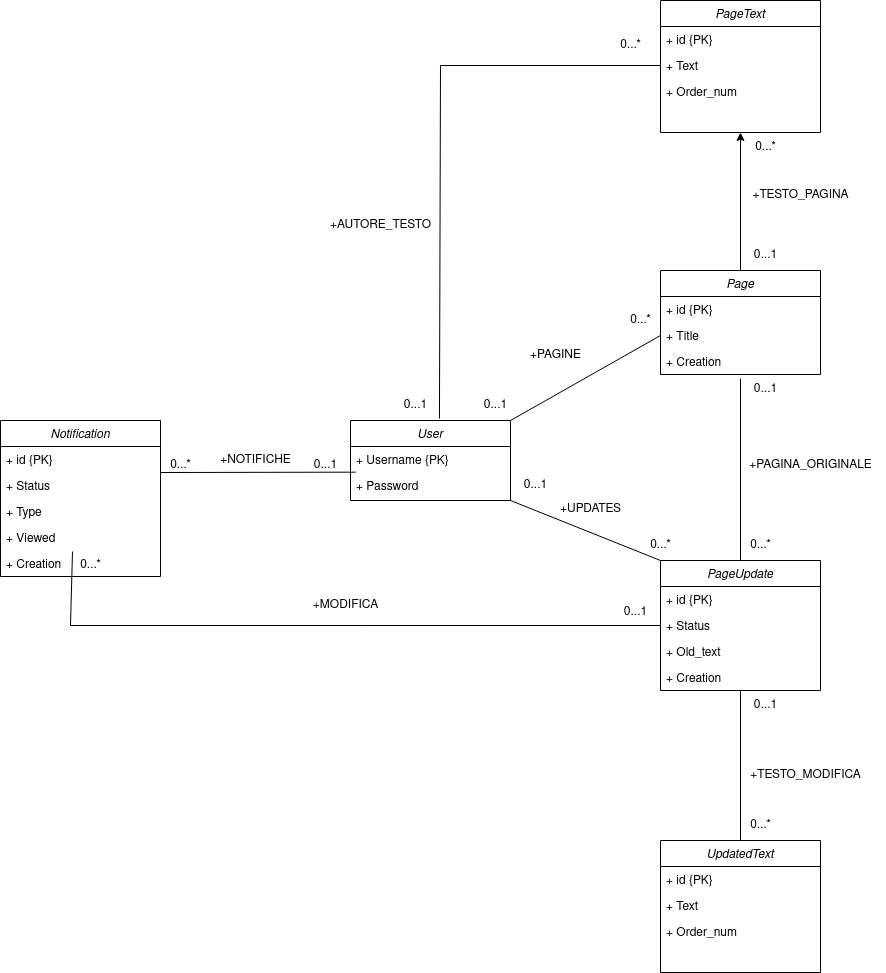
Before: documentazione/BD/UML_RISTRUTTURATO.drawio.png, a diagram exported from draw.io (Polliog/Progetto-OOBD). Source tidied: cells renumbered, new cells last; positions are measured from the earlier drawing's top-left corner, leaving out a move shared by most shapes.
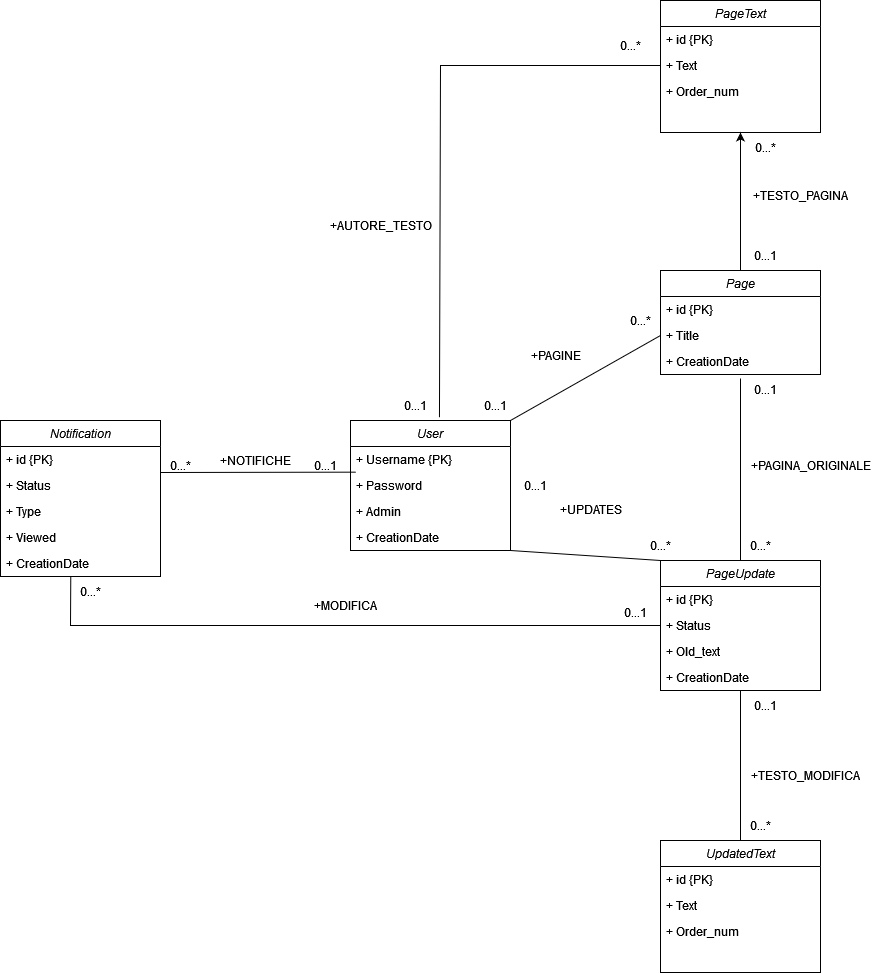
The same file after the commit.

Change to the diagram source:
```diff
@@ -3,7 +3,7 @@
     <mxCell id="0" />
     <mxCell id="1" parent="0" />
     <mxCell id="2" value="User" style="swimlane;fontStyle=2;align=center;verticalAlign=top;horizontal=1;startSize=26;rounded=0;shadow=0;strokeWidth=1;" parent="1" vertex="1">
-      <mxGeometry x="350" y="420" width="160" height="80" as="geometry" />
+      <mxGeometry x="350" y="420" width="160" height="130" as="geometry" />
     </mxCell>
     <mxCell id="3" value="+ Username {PK}" style="text;align=left;verticalAlign=top;spacingLeft=4;spacingRight=4;overflow=hidden;" parent="2" vertex="1">
       <mxGeometry y="26" width="160" height="26" as="geometry" />
@@ -11,6 +11,12 @@
     <mxCell id="4" value="+ Password" style="text;align=left;verticalAlign=top;spacingLeft=4;spacingRight=4;overflow=hidden;points=[[0,0.5],[1,0.5]];portConstraint=eastwest;rounded=0;shadow=0;html=0;" parent="2" vertex="1">
       <mxGeometry y="52" width="160" height="26" as="geometry" />
     </mxCell>
+    <mxCell id="60" value="+ Admin" style="text;align=left;verticalAlign=top;spacingLeft=4;spacingRight=4;overflow=hidden;rounded=0;shadow=0;html=0;" parent="2" vertex="1">
+      <mxGeometry y="78" width="160" height="26" as="geometry" />
+    </mxCell>
+    <mxCell id="61" value="+ CreationDate" style="text;align=left;verticalAlign=top;spacingLeft=4;spacingRight=4;overflow=hidden;rounded=0;shadow=0;html=0;" parent="2" vertex="1">
+      <mxGeometry y="104" width="160" height="26" as="geometry" />
+    </mxCell>
     <mxCell id="5" style="edgeStyle=orthogonalEdgeStyle;rounded=0;jettySize=auto;html=1;exitX=0.5;exitY=0;exitDx=0;exitDy=0;entryX=0.5;entryY=1;entryDx=0;entryDy=0;" parent="1" edge="1" source="6" target="10">
       <mxGeometry relative="1" as="geometry" />
     </mxCell>
@@ -23,7 +29,7 @@
     <mxCell id="8" value="+ Title" style="text;align=left;verticalAlign=top;spacingLeft=4;spacingRight=4;overflow=hidden;points=[[0,0.5],[1,0.5]];portConstraint=eastwest;" parent="6" vertex="1">
       <mxGeometry y="52" width="160" height="26" as="geometry" />
     </mxCell>
-    <mxCell id="9" value="+ Creation" style="text;align=left;verticalAlign=top;spacingLeft=4;spacingRight=4;overflow=hidden;points=[[0,0.5],[1,0.5]];portConstraint=eastwest;rounded=0;shadow=0;html=0;" parent="6" vertex="1">
+    <mxCell id="9" value="+ CreationDate" style="text;align=left;verticalAlign=top;spacingLeft=4;spacingRight=4;overflow=hidden;points=[[0,0.5],[1,0.5]];portConstraint=eastwest;rounded=0;shadow=0;html=0;" parent="6" vertex="1">
       <mxGeometry y="78" width="160" height="26" as="geometry" />
     </mxCell>
     <mxCell id="10" value="PageText" style="swimlane;fontStyle=2;align=center;verticalAlign=top;horizontal=1;startSize=26;rounded=0;shadow=0;strokeWidth=1;" parent="1" vertex="1">
@@ -50,7 +56,7 @@
     <mxCell id="17" value="+ Old_text" style="text;align=left;verticalAlign=top;spacingLeft=4;spacingRight=4;overflow=hidden;" parent="14" vertex="1">
       <mxGeometry y="78" width="160" height="26" as="geometry" />
     </mxCell>
-    <mxCell id="18" value="+ Creation" style="text;align=left;verticalAlign=top;spacingLeft=4;spacingRight=4;overflow=hidden;rounded=0;shadow=0;html=0;" parent="14" vertex="1">
+    <mxCell id="18" value="+ CreationDate" style="text;align=left;verticalAlign=top;spacingLeft=4;spacingRight=4;overflow=hidden;rounded=0;shadow=0;html=0;" parent="14" vertex="1">
       <mxGeometry y="104" width="160" height="26" as="geometry" />
     </mxCell>
     <mxCell id="19" value="UpdatedText" style="swimlane;fontStyle=2;align=center;verticalAlign=top;horizontal=1;startSize=26;rounded=0;shadow=0;strokeWidth=1;" parent="1" vertex="1">
@@ -80,7 +86,7 @@
     <mxCell id="27" value="+ Viewed" style="text;align=left;verticalAlign=top;spacingLeft=4;spacingRight=4;overflow=hidden;points=[[0,0.5],[1,0.5]];portConstraint=eastwest;rounded=0;shadow=0;html=0;" parent="23" vertex="1">
       <mxGeometry y="104" width="160" height="26" as="geometry" />
     </mxCell>
-    <mxCell id="28" value="+ Creation" style="text;align=left;verticalAlign=top;spacingLeft=4;spacingRight=4;overflow=hidden;rounded=0;shadow=0;html=0;" parent="23" vertex="1">
+    <mxCell id="28" value="+ CreationDate" style="text;align=left;verticalAlign=top;spacingLeft=4;spacingRight=4;overflow=hidden;rounded=0;shadow=0;html=0;" parent="23" vertex="1">
       <mxGeometry y="130" width="160" height="26" as="geometry" />
     </mxCell>
     <mxCell id="29" style="endArrow=none;html=1;rounded=0;exitX=1;exitY=0;exitDx=0;exitDy=0;entryX=0;entryY=0.5;entryDx=0;entryDy=0;" parent="1" edge="1" source="2" target="8">
@@ -158,7 +164,7 @@
     <mxCell id="51" value="+AUTORE_TESTO" style="text;html=1;align=center;verticalAlign=middle;strokeColor=none;fillColor=none;" parent="1" vertex="1">
       <mxGeometry x="320" y="210" width="120" height="30" as="geometry" />
     </mxCell>
-    <mxCell id="52" style="endArrow=none;html=1;rounded=0;exitX=0;exitY=0.5;exitDx=0;exitDy=0;entryX=0.45;entryY=1.038;entryDx=0;entryDy=0;entryPerimeter=0;" parent="1" edge="1" source="16" target="27">
+    <mxCell id="52" style="endArrow=none;html=1;rounded=0;exitX=0;exitY=0.5;exitDx=0;exitDy=0;entryX=0.007;entryY=-0.024;entryDx=0;entryDy=0;entryPerimeter=0;" parent="1" edge="1" source="16" target="53">
       <mxGeometry relative="1" as="geometry">
         <Array as="points">
           <mxPoint x="70" y="625" />
@@ -166,7 +172,7 @@
       </mxGeometry>
     </mxCell>
     <mxCell id="53" value="0...*" style="text;html=1;align=center;verticalAlign=middle;points=[];strokeColor=none;fillColor=none;" parent="1" vertex="1">
-      <mxGeometry x="70" y="550" width="40" height="30" as="geometry" />
+      <mxGeometry x="70" y="576" width="40" height="30" as="geometry" />
     </mxCell>
     <mxCell id="54" value="0...1" style="text;html=1;align=center;verticalAlign=middle;strokeColor=none;fillColor=none;" parent="1" vertex="1">
       <mxGeometry x="610" y="597" width="50" height="30" as="geometry" />
```
